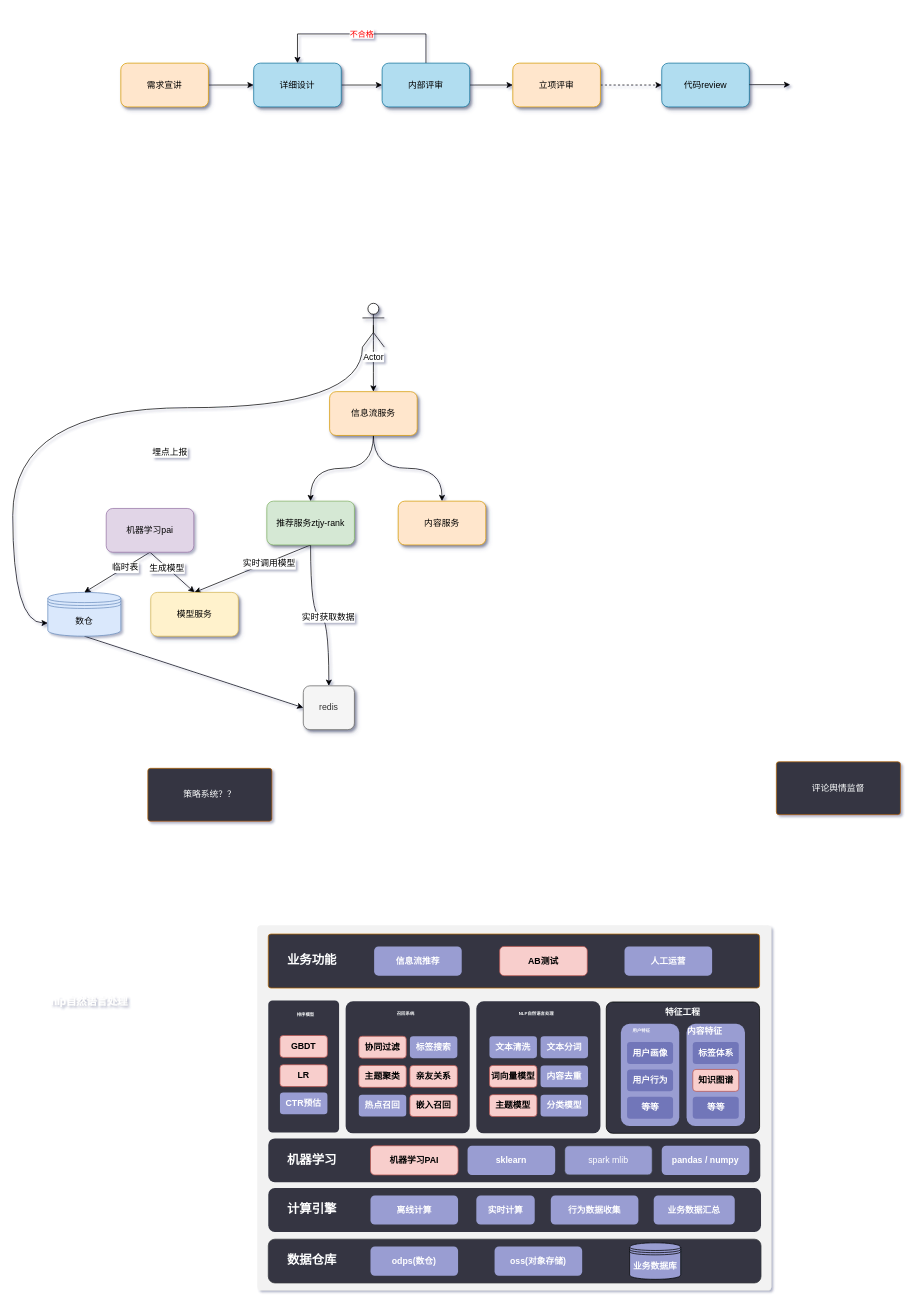
Before: 推荐系统-架构图.drawio in mufool/draw, a draw.io diagram. Source tidied: cells renumbered, new cells numbered last; positions are measured from the earlier drawing's top-left corner, leaving out a move shared by most shapes. Both pictures are drawn from the tidied source at 73%, with x=0, y=0 at pixel (12, 34).
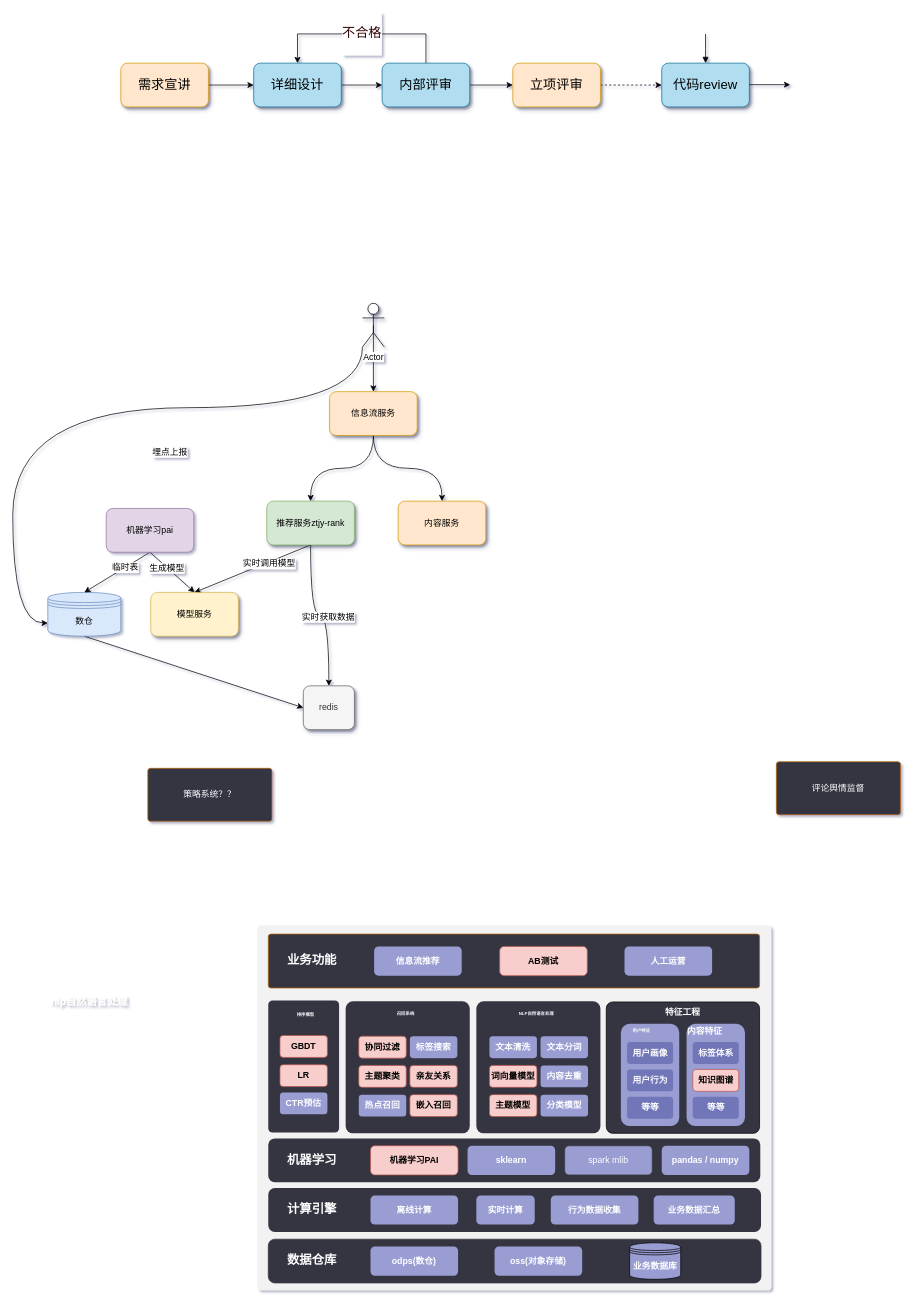
After the change.

Commit message:
更新推荐系统-架构图.drawio

What changed in the source:
```diff
@@
-    <mxCell id="87" style="edgeStyle=orthogonalEdgeStyle;rounded=0;jettySize=auto;html=1;exitX=1;exitY=0.5;exitDx=0;exitDy=0;entryX=0;entryY=0.5;entryDx=0;entryDy=0;" parent="1" edge="1" source="88" target="90">
+    <mxCell id="87" style="edgeStyle=orthogonalEdgeStyle;rounded=0;jettySize=auto;html=1;exitX=1;exitY=0.5;exitDx=0;exitDy=0;entryX=0;entryY=0.5;entryDx=0;entryDy=0;fontSize=18;" parent="1" edge="1" source="88" target="90">
       <mxGeometry relative="1" as="geometry" />
     </mxCell>
-    <mxCell id="88" value="需求宣讲" style="rounded=1;whiteSpace=wrap;html=1;shadow=1;fillColor=#ffe6cc;strokeColor=#d79b00;" parent="1" vertex="1">
+    <mxCell id="88" value="需求宣讲" style="rounded=1;whiteSpace=wrap;html=1;shadow=1;fillColor=#ffe6cc;strokeColor=#d79b00;fontSize=18;" parent="1" vertex="1">
       <mxGeometry x="148" y="40" width="120" height="60" as="geometry" />
     </mxCell>
-    <mxCell id="89" style="edgeStyle=orthogonalEdgeStyle;rounded=0;jettySize=auto;html=1;exitX=1;exitY=0.5;exitDx=0;exitDy=0;entryX=0;entryY=0.5;entryDx=0;entryDy=0;" parent="1" edge="1" source="90" target="93">
+    <mxCell id="89" style="edgeStyle=orthogonalEdgeStyle;rounded=0;jettySize=auto;html=1;exitX=1;exitY=0.5;exitDx=0;exitDy=0;entryX=0;entryY=0.5;entryDx=0;entryDy=0;fontSize=18;" parent="1" edge="1" source="90" target="93">
       <mxGeometry relative="1" as="geometry" />
     </mxCell>
-    <mxCell id="90" value="详细设计" style="rounded=1;whiteSpace=wrap;html=1;shadow=1;fillColor=#b1ddf0;strokeColor=#10739e;" parent="1" vertex="1">
+    <mxCell id="90" value="详细设计" style="rounded=1;whiteSpace=wrap;html=1;shadow=1;fillColor=#b1ddf0;strokeColor=#10739e;fontSize=18;" parent="1" vertex="1">
       <mxGeometry x="330" y="40" width="120" height="60" as="geometry" />
     </mxCell>
-    <mxCell id="91" style="edgeStyle=orthogonalEdgeStyle;rounded=0;jettySize=auto;html=1;exitX=1;exitY=0.5;exitDx=0;exitDy=0;entryX=0;entryY=0.5;entryDx=0;entryDy=0;" parent="1" edge="1" source="93" target="95">
+    <mxCell id="91" style="edgeStyle=orthogonalEdgeStyle;rounded=0;jettySize=auto;html=1;exitX=1;exitY=0.5;exitDx=0;exitDy=0;entryX=0;entryY=0.5;entryDx=0;entryDy=0;fontSize=18;" parent="1" edge="1" source="93" target="95">
       <mxGeometry relative="1" as="geometry" />
     </mxCell>
-    <mxCell id="92" value="不合格" style="edgeStyle=orthogonalEdgeStyle;rounded=0;jettySize=auto;html=1;entryX=0.5;entryY=0;entryDx=0;entryDy=0;fontColor=#FF0000;" parent="1" edge="1" source="93" target="90">
+    <mxCell id="92" value="&lt;pre style=&quot;font-size: 18px;&quot;&gt;&lt;font color=&quot;#330000&quot; style=&quot;background-color: rgb(255, 255, 255); font-size: 18px;&quot; face=&quot;Helvetica&quot;&gt;不合格&lt;/font&gt;&lt;/pre&gt;" style="edgeStyle=orthogonalEdgeStyle;rounded=0;jettySize=auto;html=1;entryX=0.5;entryY=0;entryDx=0;entryDy=0;fontColor=#FF0000;shadow=0;fontSize=18;" parent="1" edge="1" source="93" target="90">
       <mxGeometry relative="1" as="geometry">
         <Array as="points">
           <mxPoint x="566" />
           <mxPoint x="390" />
         </Array>
       </mxGeometry>
     </mxCell>
-    <mxCell id="93" value="内部评审" style="rounded=1;whiteSpace=wrap;html=1;shadow=1;fillColor=#b1ddf0;strokeColor=#10739e;" parent="1" vertex="1">
+    <mxCell id="93" value="内部评审" style="rounded=1;whiteSpace=wrap;html=1;shadow=1;fillColor=#b1ddf0;strokeColor=#10739e;fontSize=18;" parent="1" vertex="1">
       <mxGeometry x="506" y="40" width="120" height="60" as="geometry" />
     </mxCell>
-    <mxCell id="94" style="edgeStyle=orthogonalEdgeStyle;rounded=0;jettySize=auto;html=1;exitX=1;exitY=0.5;exitDx=0;exitDy=0;dashed=1;" parent="1" edge="1" source="95" target="96">
+    <mxCell id="94" style="edgeStyle=orthogonalEdgeStyle;rounded=0;jettySize=auto;html=1;exitX=1;exitY=0.5;exitDx=0;exitDy=0;dashed=1;fontSize=18;" parent="1" edge="1" source="95" target="96">
       <mxGeometry relative="1" as="geometry" />
     </mxCell>
-    <mxCell id="95" value="立项评审" style="rounded=1;whiteSpace=wrap;html=1;shadow=1;fillColor=#ffe6cc;strokeColor=#d79b00;" parent="1" vertex="1">
+    <mxCell id="95" value="立项评审" style="rounded=1;whiteSpace=wrap;html=1;shadow=1;fillColor=#ffe6cc;strokeColor=#d79b00;fontSize=18;" parent="1" vertex="1">
       <mxGeometry x="685" y="40" width="120" height="60" as="geometry" />
     </mxCell>
+    <mxCell id="98" style="edgeStyle=orthogonalEdgeStyle;rounded=0;jettySize=auto;html=1;shadow=0;startArrow=block;startFill=1;endArrow=none;endFill=0;fontSize=18;fontColor=#FF0000;" parent="1" edge="1" source="96">
+      <mxGeometry relative="1" as="geometry">
+        <mxPoint x="949" as="targetPoint" />
+      </mxGeometry>
+    </mxCell>
-    <mxCell id="96" value="代码review" style="rounded=1;whiteSpace=wrap;html=1;shadow=1;fillColor=#b1ddf0;strokeColor=#10739e;" parent="1" vertex="1">
+    <mxCell id="96" value="代码review" style="rounded=1;whiteSpace=wrap;html=1;shadow=1;fillColor=#b1ddf0;strokeColor=#10739e;fontSize=18;" parent="1" vertex="1">
       <mxGeometry x="889" y="40" width="120" height="60" as="geometry" />
     </mxCell>
-    <mxCell id="97" style="edgeStyle=orthogonalEdgeStyle;rounded=0;orthogonalLoop=1;jettySize=auto;html=1;exitX=1;exitY=0.5;exitDx=0;exitDy=0;entryX=0;entryY=0.5;entryDx=0;entryDy=0;" parent="1" edge="1">
+    <mxCell id="97" style="edgeStyle=orthogonalEdgeStyle;rounded=0;orthogonalLoop=1;jettySize=auto;html=1;exitX=1;exitY=0.5;exitDx=0;exitDy=0;entryX=0;entryY=0.5;entryDx=0;entryDy=0;fontSize=18;" parent="1" edge="1">
       <mxGeometry relative="1" as="geometry">
         <mxPoint x="1009" y="69.5" as="sourcePoint" />
         <mxPoint x="1065" y="69.5" as="targetPoint" />
       </mxGeometry>
     </mxCell>
```
